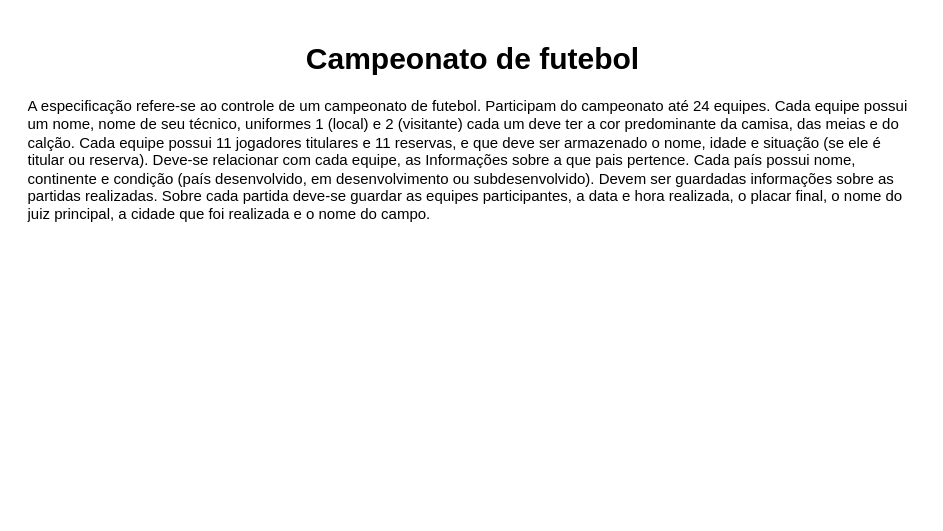
The draw.io diagram BancoDeDados/3DiagramaFutebol.drawio in VEORR4/SIS, before the edit. Source tidied: cells renumbered, new cells numbered last; positions are measured from the earlier drawing's top-left corner, leaving out a move shared by most shapes. Both pictures are drawn from the tidied source at 125%, with x=0, y=0 at pixel (21, 34).
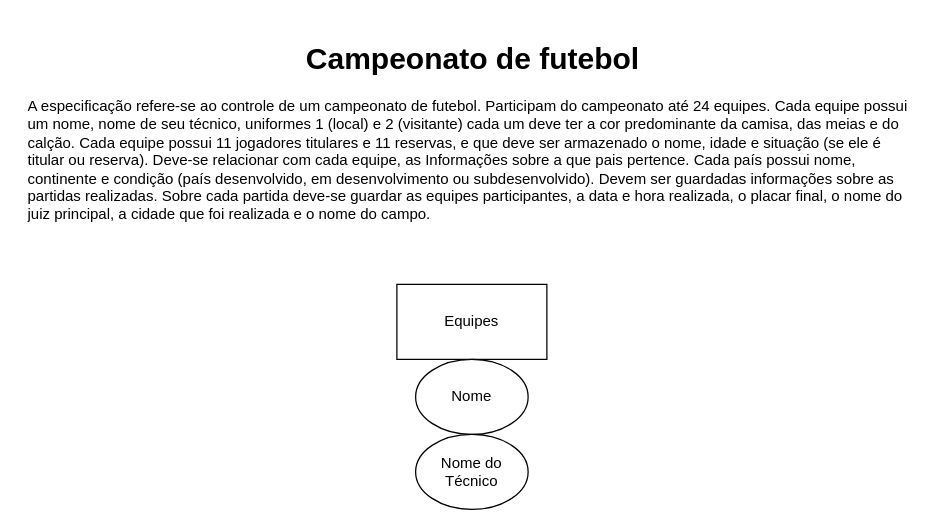
Above is the later version.

Diff of the diagram source:
```diff
@@
 <mxGraphModel>
   <root>
     <mxCell id="0" />
     <mxCell id="1" parent="0" />
     <mxCell id="2" value="&lt;h1 style=&quot;text-align: center;&quot;&gt;Campeonato de futebol&lt;/h1&gt;&lt;p&gt;A especificação refere-se ao controle de um campeonato de futebol. Participam do campeonato até 24 equipes. Cada equipe possui um nome, nome de seu técnico, uniformes 1 (local) e 2 (visitante) cada um deve ter a cor predominante da camisa, das meias e do calção. Cada equipe possui 11 jogadores titulares e 11 reservas, e que deve ser armazenado o nome, idade e situação (se ele é titular ou reserva). Deve-se relacionar com cada equipe, as Informações sobre a que pais pertence. Cada país possui nome, continente e condição (país desenvolvido, em desenvolvimento ou subdesenvolvido). Devem ser guardadas informações sobre as partidas realizadas. Sobre cada partida deve-se guardar as equipes participantes, a data e hora realizada, o placar final, o nome do juiz principal, a cidade que foi realizada e o nome do campo.&lt;/p&gt;" style="text;html=1;spacing=5;spacingTop=-20;whiteSpace=wrap;overflow=hidden;rounded=0;" parent="1" vertex="1">
       <mxGeometry width="720" height="160" as="geometry" />
     </mxCell>
+    <mxCell id="3" value="Equipes" style="rounded=0;whiteSpace=wrap;html=1;" parent="1" vertex="1">
+      <mxGeometry x="300" y="200" width="120" height="60" as="geometry" />
+    </mxCell>
+    <mxCell id="4" value="Nome" style="ellipse;whiteSpace=wrap;html=1;" parent="1" vertex="1">
+      <mxGeometry x="315" y="260" width="90" height="60" as="geometry" />
+    </mxCell>
+    <mxCell id="5" value="Nome do Técnico" style="ellipse;whiteSpace=wrap;html=1;" parent="1" vertex="1">
+      <mxGeometry x="315" y="320" width="90" height="60" as="geometry" />
+    </mxCell>
   </root>
 </mxGraphModel>
```
